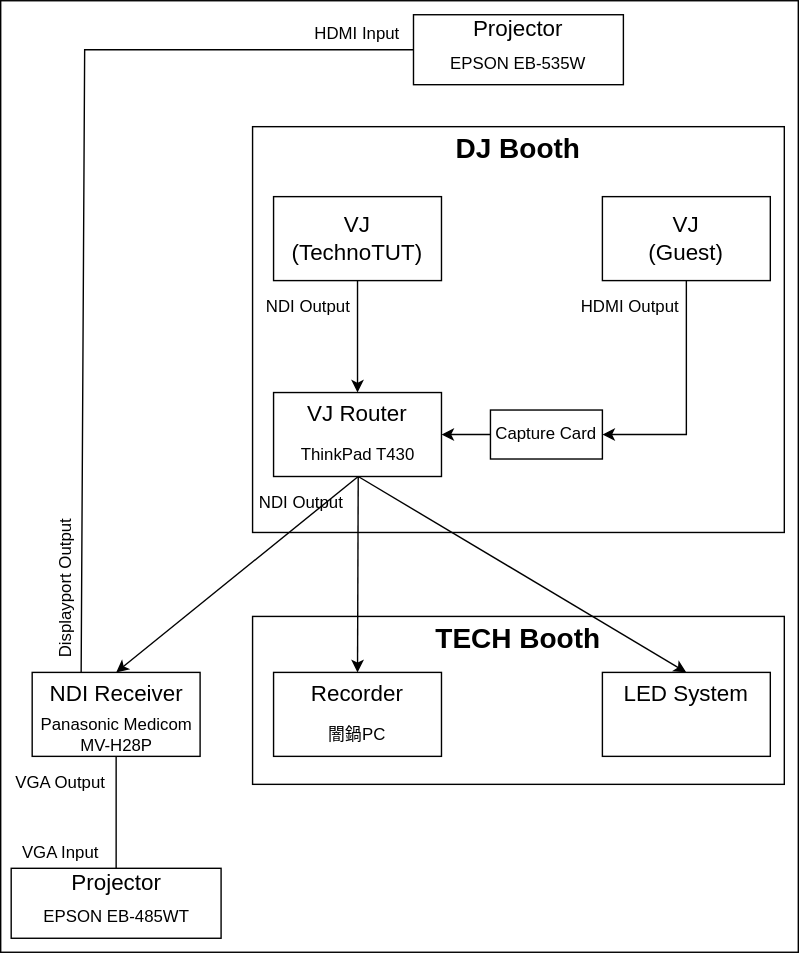
Above: network/service/vj.drawio.svg in TechnoTUT/Infrastructure (draw.io), before the change. Source tidied: cells renumbered, new cells last; positions are measured from the earlier drawing's top-left corner, leaving out a move shared by most shapes.
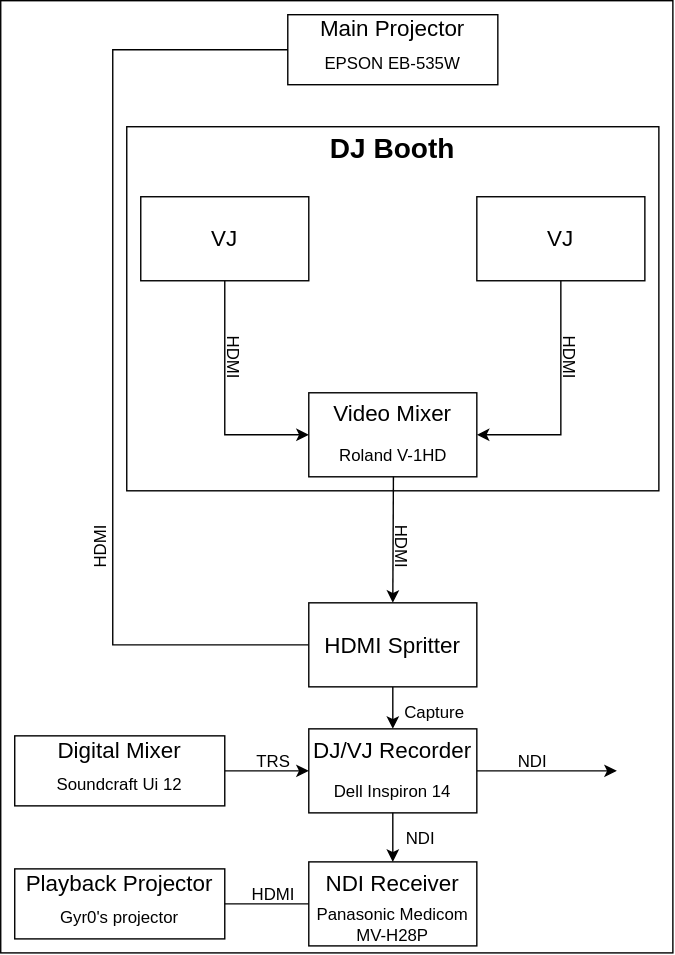
Above is the later version.

The edit, as a diff of the source:
```diff
@@ -3,18 +3,15 @@
     <mxCell id="0" />
     <mxCell id="1" parent="0" />
     <mxCell id="2" style="rounded=0;whiteSpace=wrap;html=1;" parent="1" vertex="1">
-      <mxGeometry x="20" width="570" height="680" as="geometry" />
+      <mxGeometry x="110" width="480" height="680" as="geometry" />
     </mxCell>
-    <mxCell id="3" style="rounded=0;whiteSpace=wrap;html=1;fontSize=20;" parent="1" vertex="1">
-      <mxGeometry x="200" y="440" width="380" height="120" as="geometry" />
-    </mxCell>
     <mxCell id="4" style="rounded=0;whiteSpace=wrap;html=1;fontSize=20;" parent="1" vertex="1">
-      <mxGeometry x="200" y="90" width="380" height="290" as="geometry" />
+      <mxGeometry x="200" y="90" width="380" height="260" as="geometry" />
     </mxCell>
     <mxCell id="5" value="DJ Booth" style="text;html=1;strokeColor=none;fillColor=none;align=center;verticalAlign=middle;whiteSpace=wrap;rounded=0;fontSize=20;fontStyle=1;" parent="1" vertex="1">
       <mxGeometry x="325" y="90" width="130" height="30" as="geometry" />
     </mxCell>
-    <mxCell id="6" style="edgeStyle=none;html=1;exitX=0.5;exitY=1;exitDx=0;exitDy=0;entryX=1;entryY=0.5;entryDx=0;entryDy=0;fontSize=20;rounded=0;" parent="1" edge="1" source="7" target="41">
+    <mxCell id="6" style="edgeStyle=none;html=1;exitX=0.5;exitY=1;exitDx=0;exitDy=0;entryX=1;entryY=0.5;entryDx=0;entryDy=0;fontSize=20;rounded=0;" parent="1" edge="1" source="7" target="43">
       <mxGeometry relative="1" as="geometry">
         <Array as="points">
           <mxPoint x="510" y="310" />
@@ -24,123 +21,141 @@
     <mxCell id="7" style="rounded=0;whiteSpace=wrap;html=1;fontSize=20;" parent="1" vertex="1">
       <mxGeometry x="450" y="140" width="120" height="60" as="geometry" />
     </mxCell>
-    <mxCell id="8" style="edgeStyle=none;html=1;exitX=0.5;exitY=1;exitDx=0;exitDy=0;entryX=0.5;entryY=0;entryDx=0;entryDy=0;fontSize=20;" parent="1" edge="1" source="9" target="43">
-      <mxGeometry relative="1" as="geometry" />
+    <mxCell id="8" style="edgeStyle=none;html=1;exitX=0.5;exitY=1;exitDx=0;exitDy=0;entryX=0;entryY=0.5;entryDx=0;entryDy=0;fontSize=20;rounded=0;" parent="1" edge="1" source="9" target="43">
+      <mxGeometry relative="1" as="geometry">
+        <Array as="points">
+          <mxPoint x="270" y="310" />
+        </Array>
+      </mxGeometry>
     </mxCell>
     <mxCell id="9" style="rounded=0;whiteSpace=wrap;html=1;fontSize=20;" parent="1" vertex="1">
-      <mxGeometry x="215" y="140" width="120" height="60" as="geometry" />
+      <mxGeometry x="210" y="140" width="120" height="60" as="geometry" />
     </mxCell>
-    <mxCell id="10" value="VJ&lt;br style=&quot;font-size: 16px;&quot;&gt;(TechnoTUT)" style="text;html=1;strokeColor=none;fillColor=none;align=center;verticalAlign=middle;whiteSpace=wrap;rounded=0;fontSize=16;" parent="1" vertex="1">
-      <mxGeometry x="245" y="155" width="60" height="30" as="geometry" />
+    <mxCell id="10" value="VJ" style="text;html=1;strokeColor=none;fillColor=none;align=center;verticalAlign=middle;whiteSpace=wrap;rounded=0;fontSize=16;" parent="1" vertex="1">
+      <mxGeometry x="240" y="155" width="60" height="30" as="geometry" />
     </mxCell>
-    <mxCell id="11" value="VJ (Guest)" style="text;html=1;strokeColor=none;fillColor=none;align=center;verticalAlign=middle;whiteSpace=wrap;rounded=0;fontSize=16;" parent="1" vertex="1">
+    <mxCell id="11" value="VJ" style="text;html=1;strokeColor=none;fillColor=none;align=center;verticalAlign=middle;whiteSpace=wrap;rounded=0;fontSize=16;" parent="1" vertex="1">
       <mxGeometry x="480" y="155" width="60" height="30" as="geometry" />
     </mxCell>
-    <mxCell id="12" value="&lt;font style=&quot;font-size: 12px;&quot;&gt;NDI Output&lt;/font&gt;" style="text;html=1;strokeColor=none;fillColor=none;align=center;verticalAlign=middle;whiteSpace=wrap;rounded=0;fontSize=20;" parent="1" vertex="1">
-      <mxGeometry x="205" y="200" width="70" height="30" as="geometry" />
-    </mxCell>
-    <mxCell id="13" value="&lt;font style=&quot;font-size: 12px;&quot;&gt;HDMI Output&lt;/font&gt;" style="text;html=1;strokeColor=none;fillColor=none;align=center;verticalAlign=middle;whiteSpace=wrap;rounded=0;fontSize=20;" parent="1" vertex="1">
-      <mxGeometry x="430" y="200" width="80" height="30" as="geometry" />
-    </mxCell>
-    <mxCell id="14" style="edgeStyle=none;html=1;exitX=0.5;exitY=1;exitDx=0;exitDy=0;entryX=0.5;entryY=0;entryDx=0;entryDy=0;fontSize=12;" parent="1" edge="1" source="44" target="19">
-      <mxGeometry relative="1" as="geometry" />
-    </mxCell>
-    <mxCell id="15" style="edgeStyle=none;html=1;exitX=0.5;exitY=1;exitDx=0;exitDy=0;entryX=0.5;entryY=0;entryDx=0;entryDy=0;fontSize=12;" parent="1" edge="1" source="44" target="20">
-      <mxGeometry relative="1" as="geometry" />
-    </mxCell>
-    <mxCell id="16" style="edgeStyle=none;html=1;exitX=0.5;exitY=1;exitDx=0;exitDy=0;entryX=0.5;entryY=0;entryDx=0;entryDy=0;fontSize=12;" parent="1" edge="1" source="44" target="22">
-      <mxGeometry relative="1" as="geometry" />
-    </mxCell>
     <mxCell id="17" style="rounded=0;whiteSpace=wrap;html=1;fontSize=20;" parent="1" vertex="1">
-      <mxGeometry x="42.5" y="480" width="120" height="60" as="geometry" />
+      <mxGeometry x="330" y="615" width="120" height="60" as="geometry" />
     </mxCell>
     <mxCell id="18" value="&lt;span class=&quot;notion-enable-hover&quot; style=&quot;&quot;&gt;Panasonic Medicom MV-H28P&lt;/span&gt;" style="text;html=1;strokeColor=none;fillColor=none;align=center;verticalAlign=middle;whiteSpace=wrap;rounded=0;fontSize=12;fontStyle=0;" parent="1" vertex="1">
-      <mxGeometry x="42.5" y="510" width="120" height="30" as="geometry" />
+      <mxGeometry x="330" y="645" width="120" height="30" as="geometry" />
     </mxCell>
     <mxCell id="19" value="NDI Receiver" style="text;html=1;strokeColor=none;fillColor=none;align=center;verticalAlign=middle;whiteSpace=wrap;rounded=0;fontSize=16;" parent="1" vertex="1">
-      <mxGeometry x="52.5" y="480" width="100" height="30" as="geometry" />
+      <mxGeometry x="340" y="615" width="100" height="30" as="geometry" />
     </mxCell>
-    <mxCell id="20" style="rounded=0;whiteSpace=wrap;html=1;fontSize=12;" parent="1" vertex="1">
-      <mxGeometry x="215" y="480" width="120" height="60" as="geometry" />
-    </mxCell>
-    <mxCell id="21" value="&lt;font style=&quot;font-size: 12px;&quot;&gt;NDI Output&lt;/font&gt;" style="text;html=1;strokeColor=none;fillColor=none;align=center;verticalAlign=middle;whiteSpace=wrap;rounded=0;fontSize=20;" parent="1" vertex="1">
-      <mxGeometry x="200" y="340" width="70" height="30" as="geometry" />
+    <mxCell id="21" value="&lt;span style=&quot;font-size: 12px;&quot;&gt;HDMI&lt;/span&gt;" style="text;html=1;strokeColor=none;fillColor=none;align=center;verticalAlign=middle;whiteSpace=wrap;rounded=0;fontSize=20;rotation=90;" parent="1" vertex="1">
+      <mxGeometry x="360" y="375" width="80" height="30" as="geometry" />
     </mxCell>
-    <mxCell id="22" style="rounded=0;whiteSpace=wrap;html=1;fontSize=12;" parent="1" vertex="1">
-      <mxGeometry x="450" y="480" width="120" height="60" as="geometry" />
-    </mxCell>
-    <mxCell id="23" value="LED System" style="text;html=1;strokeColor=none;fillColor=none;align=center;verticalAlign=middle;whiteSpace=wrap;rounded=0;fontSize=16;" parent="22" vertex="1">
-      <mxGeometry width="120" height="30" as="geometry" />
-    </mxCell>
-    <mxCell id="24" value="Recorder" style="text;html=1;strokeColor=none;fillColor=none;align=center;verticalAlign=middle;whiteSpace=wrap;rounded=0;fontSize=16;" parent="1" vertex="1">
-      <mxGeometry x="215" y="480" width="120" height="30" as="geometry" />
-    </mxCell>
-    <mxCell id="25" value="&lt;span&gt;闇鍋PC&lt;/span&gt;" style="text;html=1;strokeColor=none;fillColor=none;align=center;verticalAlign=middle;whiteSpace=wrap;rounded=0;fontSize=12;fontStyle=0;" parent="1" vertex="1">
-      <mxGeometry x="215" y="510" width="120" height="30" as="geometry" />
-    </mxCell>
-    <mxCell id="26" value="TECH Booth" style="text;html=1;strokeColor=none;fillColor=none;align=center;verticalAlign=middle;whiteSpace=wrap;rounded=0;fontSize=20;fontStyle=1;" parent="1" vertex="1">
-      <mxGeometry x="325" y="440" width="130" height="30" as="geometry" />
-    </mxCell>
     <mxCell id="27" style="rounded=0;whiteSpace=wrap;html=1;fontSize=20;" parent="1" vertex="1">
       <mxGeometry x="315" y="10" width="150" height="50" as="geometry" />
     </mxCell>
     <mxCell id="28" value="EPSON EB-535W" style="text;html=1;strokeColor=none;fillColor=none;align=center;verticalAlign=middle;whiteSpace=wrap;rounded=0;fontSize=12;" parent="1" vertex="1">
       <mxGeometry x="325" y="30" width="130" height="30" as="geometry" />
     </mxCell>
-    <mxCell id="29" value="Projector" style="text;html=1;strokeColor=none;fillColor=none;align=center;verticalAlign=middle;whiteSpace=wrap;rounded=0;fontSize=16;" parent="1" vertex="1">
-      <mxGeometry x="340" y="10" width="100" height="20" as="geometry" />
+    <mxCell id="29" value="Main Projector" style="text;html=1;strokeColor=none;fillColor=none;align=center;verticalAlign=middle;whiteSpace=wrap;rounded=0;fontSize=16;" parent="1" vertex="1">
+      <mxGeometry x="320" y="10" width="140" height="20" as="geometry" />
     </mxCell>
-    <mxCell id="30" style="endArrow=none;html=1;entryX=0;entryY=0.5;entryDx=0;entryDy=0;exitX=0.25;exitY=0;exitDx=0;exitDy=0;rounded=0;" parent="1" edge="1" source="19" target="27">
+    <mxCell id="30" style="endArrow=none;html=1;entryX=0;entryY=0.5;entryDx=0;entryDy=0;exitX=0;exitY=0.5;exitDx=0;exitDy=0;rounded=0;" parent="1" edge="1" source="47" target="27">
       <mxGeometry relative="1" as="geometry">
         <Array as="points">
-          <mxPoint x="80" y="35" />
+          <mxPoint x="190" y="460" />
+          <mxPoint x="190" y="35" />
         </Array>
       </mxGeometry>
     </mxCell>
-    <mxCell id="31" value="&lt;span style=&quot;font-size: 12px;&quot;&gt;HDMI Input&lt;/span&gt;" style="text;html=1;strokeColor=none;fillColor=none;align=center;verticalAlign=middle;whiteSpace=wrap;rounded=0;fontSize=20;" parent="1" vertex="1">
-      <mxGeometry x="240" y="5" width="70" height="30" as="geometry" />
-    </mxCell>
-    <mxCell id="32" value="&lt;span style=&quot;font-size: 12px;&quot;&gt;Displayport Output&lt;/span&gt;" style="text;html=1;strokeColor=none;fillColor=none;align=center;verticalAlign=middle;whiteSpace=wrap;rounded=0;fontSize=20;rotation=-90;" parent="1" vertex="1">
-      <mxGeometry y="410" width="125" height="20" as="geometry" />
+    <mxCell id="32" value="&lt;span style=&quot;font-size: 12px;&quot;&gt;HDMI&lt;/span&gt;" style="text;html=1;strokeColor=none;fillColor=none;align=center;verticalAlign=middle;whiteSpace=wrap;rounded=0;fontSize=20;rotation=-90;" parent="1" vertex="1">
+      <mxGeometry x="115" y="380" width="125" height="20" as="geometry" />
     </mxCell>
     <mxCell id="33" style="rounded=0;whiteSpace=wrap;html=1;fontSize=20;" parent="1" vertex="1">
-      <mxGeometry x="27.5" y="620" width="150" height="50" as="geometry" />
+      <mxGeometry x="120" y="620" width="150" height="50" as="geometry" />
     </mxCell>
-    <mxCell id="34" value="EPSON EB-485WT" style="text;html=1;strokeColor=none;fillColor=none;align=center;verticalAlign=middle;whiteSpace=wrap;rounded=0;fontSize=12;" parent="1" vertex="1">
-      <mxGeometry x="37.5" y="640" width="130" height="30" as="geometry" />
+    <mxCell id="34" value="Gyr0's projector" style="text;html=1;strokeColor=none;fillColor=none;align=center;verticalAlign=middle;whiteSpace=wrap;rounded=0;fontSize=12;" parent="1" vertex="1">
+      <mxGeometry x="130" y="640" width="130" height="30" as="geometry" />
     </mxCell>
-    <mxCell id="35" value="Projector" style="text;html=1;strokeColor=none;fillColor=none;align=center;verticalAlign=middle;whiteSpace=wrap;rounded=0;fontSize=16;" parent="1" vertex="1">
-      <mxGeometry x="52.5" y="620" width="100" height="20" as="geometry" />
+    <mxCell id="35" value="Playback Projector" style="text;html=1;strokeColor=none;fillColor=none;align=center;verticalAlign=middle;whiteSpace=wrap;rounded=0;fontSize=16;" parent="1" vertex="1">
+      <mxGeometry x="120" y="620" width="150" height="20" as="geometry" />
     </mxCell>
-    <mxCell id="36" style="endArrow=none;html=1;entryX=0.5;entryY=1;entryDx=0;entryDy=0;rounded=0;exitX=0.5;exitY=0;exitDx=0;exitDy=0;" parent="1" edge="1" source="35" target="18">
+    <mxCell id="36" style="endArrow=none;html=1;entryX=0;entryY=0;entryDx=0;entryDy=0;rounded=0;exitX=1;exitY=0.5;exitDx=0;exitDy=0;" parent="1" edge="1" source="33" target="18">
       <mxGeometry relative="1" as="geometry" />
     </mxCell>
-    <mxCell id="37" value="&lt;span style=&quot;font-size: 12px;&quot;&gt;VGA Input&lt;/span&gt;" style="text;html=1;strokeColor=none;fillColor=none;align=center;verticalAlign=middle;whiteSpace=wrap;rounded=0;fontSize=20;" parent="1" vertex="1">
-      <mxGeometry x="27.5" y="590" width="70" height="30" as="geometry" />
-    </mxCell>
-    <mxCell id="38" value="&lt;span style=&quot;font-size: 12px;&quot;&gt;VGA Output&lt;/span&gt;" style="text;html=1;strokeColor=none;fillColor=none;align=center;verticalAlign=middle;whiteSpace=wrap;rounded=0;fontSize=20;" parent="1" vertex="1">
-      <mxGeometry x="27.5" y="540" width="70" height="30" as="geometry" />
+    <mxCell id="38" value="&lt;span style=&quot;font-size: 12px;&quot;&gt;HDMI&lt;/span&gt;" style="text;html=1;strokeColor=none;fillColor=none;align=center;verticalAlign=middle;whiteSpace=wrap;rounded=0;fontSize=20;" parent="1" vertex="1">
+      <mxGeometry x="270" y="620" width="70" height="30" as="geometry" />
     </mxCell>
-    <mxCell id="39" style="rounded=0;whiteSpace=wrap;html=1;fontSize=20;" parent="1" vertex="1">
-      <mxGeometry x="370" y="292.5" width="80" height="35" as="geometry" />
-    </mxCell>
-    <mxCell id="40" style="edgeStyle=none;rounded=0;html=1;exitX=0;exitY=0.5;exitDx=0;exitDy=0;entryX=1;entryY=0.5;entryDx=0;entryDy=0;" parent="1" edge="1" source="41" target="43">
-      <mxGeometry relative="1" as="geometry" />
-    </mxCell>
-    <mxCell id="41" value="Capture Card" style="text;html=1;strokeColor=none;fillColor=none;align=center;verticalAlign=middle;whiteSpace=wrap;rounded=0;fontSize=12;" parent="1" vertex="1">
-      <mxGeometry x="370" y="295" width="80" height="30" as="geometry" />
-    </mxCell>
     <mxCell id="42" style="group;" parent="1" vertex="1">
-      <mxGeometry x="215" y="280" width="120" height="60" as="geometry" />
+      <mxGeometry x="330" y="280" width="120" height="60" as="geometry" />
     </mxCell>
     <mxCell id="43" style="rounded=0;whiteSpace=wrap;html=1;fontSize=20;" parent="42" vertex="1">
       <mxGeometry width="120" height="60" as="geometry" />
     </mxCell>
-    <mxCell id="44" value="ThinkPad T430" style="text;html=1;strokeColor=none;fillColor=none;align=center;verticalAlign=middle;whiteSpace=wrap;rounded=0;fontSize=12;" parent="42" vertex="1">
+    <mxCell id="44" value="Roland V-1HD" style="text;html=1;strokeColor=none;fillColor=none;align=center;verticalAlign=middle;whiteSpace=wrap;rounded=0;fontSize=12;" parent="42" vertex="1">
       <mxGeometry x="18" y="30" width="85" height="30" as="geometry" />
     </mxCell>
-    <mxCell id="45" value="VJ Router" style="text;html=1;strokeColor=none;fillColor=none;align=center;verticalAlign=middle;whiteSpace=wrap;rounded=0;fontSize=16;" parent="42" vertex="1">
+    <mxCell id="45" value="Video Mixer" style="text;html=1;strokeColor=none;fillColor=none;align=center;verticalAlign=middle;whiteSpace=wrap;rounded=0;fontSize=16;" parent="42" vertex="1">
       <mxGeometry x="10" width="100" height="30" as="geometry" />
     </mxCell>
+    <mxCell id="46" style="edgeStyle=none;rounded=0;html=1;exitX=0.5;exitY=1;exitDx=0;exitDy=0;" parent="1" edge="1" source="47" target="56">
+      <mxGeometry relative="1" as="geometry" />
+    </mxCell>
+    <mxCell id="47" style="rounded=0;whiteSpace=wrap;html=1;fontSize=20;" parent="1" vertex="1">
+      <mxGeometry x="330" y="430" width="120" height="60" as="geometry" />
+    </mxCell>
+    <mxCell id="48" value="HDMI Spritter" style="text;html=1;strokeColor=none;fillColor=none;align=center;verticalAlign=middle;whiteSpace=wrap;rounded=0;fontSize=16;" parent="1" vertex="1">
+      <mxGeometry x="340" y="445" width="100" height="30" as="geometry" />
+    </mxCell>
+    <mxCell id="49" style="edgeStyle=none;rounded=0;html=1;" parent="1" edge="1" source="44">
+      <mxGeometry relative="1" as="geometry">
+        <mxPoint x="390" y="430" as="targetPoint" />
+      </mxGeometry>
+    </mxCell>
+    <mxCell id="50" value="&lt;span style=&quot;font-size: 12px;&quot;&gt;HDMI&lt;/span&gt;" style="text;html=1;strokeColor=none;fillColor=none;align=center;verticalAlign=middle;whiteSpace=wrap;rounded=0;fontSize=20;rotation=90;" parent="1" vertex="1">
+      <mxGeometry x="480" y="240" width="80" height="30" as="geometry" />
+    </mxCell>
+    <mxCell id="51" value="&lt;span style=&quot;font-size: 12px;&quot;&gt;HDMI&lt;/span&gt;" style="text;html=1;strokeColor=none;fillColor=none;align=center;verticalAlign=middle;whiteSpace=wrap;rounded=0;fontSize=20;rotation=90;" parent="1" vertex="1">
+      <mxGeometry x="240" y="240" width="80" height="30" as="geometry" />
+    </mxCell>
+    <mxCell id="52" style="edgeStyle=none;rounded=0;html=1;" parent="1" edge="1" source="53">
+      <mxGeometry relative="1" as="geometry">
+        <mxPoint x="550" y="550" as="targetPoint" />
+      </mxGeometry>
+    </mxCell>
+    <mxCell id="53" style="rounded=0;whiteSpace=wrap;html=1;fontSize=20;" parent="1" vertex="1">
+      <mxGeometry x="330" y="520" width="120" height="60" as="geometry" />
+    </mxCell>
+    <mxCell id="54" style="edgeStyle=none;rounded=0;html=1;exitX=0.5;exitY=1;exitDx=0;exitDy=0;entryX=0.5;entryY=0;entryDx=0;entryDy=0;" parent="1" edge="1" source="55" target="19">
+      <mxGeometry relative="1" as="geometry" />
+    </mxCell>
+    <mxCell id="55" value="Dell Inspiron 14" style="text;html=1;strokeColor=none;fillColor=none;align=center;verticalAlign=middle;whiteSpace=wrap;rounded=0;fontSize=12;fontStyle=0;" parent="1" vertex="1">
+      <mxGeometry x="330" y="550" width="120" height="30" as="geometry" />
+    </mxCell>
+    <mxCell id="56" value="DJ/VJ Recorder" style="text;html=1;strokeColor=none;fillColor=none;align=center;verticalAlign=middle;whiteSpace=wrap;rounded=0;fontSize=16;" parent="1" vertex="1">
+      <mxGeometry x="330" y="520" width="120" height="30" as="geometry" />
+    </mxCell>
+    <mxCell id="57" value="&lt;span style=&quot;font-size: 12px;&quot;&gt;NDI&lt;/span&gt;" style="text;html=1;strokeColor=none;fillColor=none;align=center;verticalAlign=middle;whiteSpace=wrap;rounded=0;fontSize=20;rotation=0;" parent="1" vertex="1">
+      <mxGeometry x="370" y="580" width="80" height="30" as="geometry" />
+    </mxCell>
+    <mxCell id="58" value="&lt;span style=&quot;font-size: 12px;&quot;&gt;Capture&lt;/span&gt;" style="text;html=1;strokeColor=none;fillColor=none;align=center;verticalAlign=middle;whiteSpace=wrap;rounded=0;fontSize=20;rotation=0;" parent="1" vertex="1">
+      <mxGeometry x="380" y="490" width="80" height="30" as="geometry" />
+    </mxCell>
+    <mxCell id="59" style="edgeStyle=none;rounded=0;html=1;entryX=0;entryY=0.5;entryDx=0;entryDy=0;" parent="1" edge="1" source="60" target="53">
+      <mxGeometry relative="1" as="geometry" />
+    </mxCell>
+    <mxCell id="60" style="rounded=0;whiteSpace=wrap;html=1;fontSize=20;" parent="1" vertex="1">
+      <mxGeometry x="120" y="525" width="150" height="50" as="geometry" />
+    </mxCell>
+    <mxCell id="61" value="Soundcraft Ui 12" style="text;html=1;strokeColor=none;fillColor=none;align=center;verticalAlign=middle;whiteSpace=wrap;rounded=0;fontSize=12;" parent="1" vertex="1">
+      <mxGeometry x="130" y="545" width="130" height="30" as="geometry" />
+    </mxCell>
+    <mxCell id="62" value="Digital Mixer" style="text;html=1;strokeColor=none;fillColor=none;align=center;verticalAlign=middle;whiteSpace=wrap;rounded=0;fontSize=16;" parent="1" vertex="1">
+      <mxGeometry x="120" y="525" width="150" height="20" as="geometry" />
+    </mxCell>
+    <mxCell id="63" value="&lt;span style=&quot;font-size: 12px;&quot;&gt;TRS&lt;/span&gt;" style="text;html=1;strokeColor=none;fillColor=none;align=center;verticalAlign=middle;whiteSpace=wrap;rounded=0;fontSize=20;" parent="1" vertex="1">
+      <mxGeometry x="270" y="525" width="70" height="30" as="geometry" />
+    </mxCell>
+    <mxCell id="64" value="&lt;span style=&quot;font-size: 12px;&quot;&gt;NDI&lt;/span&gt;" style="text;html=1;strokeColor=none;fillColor=none;align=center;verticalAlign=middle;whiteSpace=wrap;rounded=0;fontSize=20;rotation=0;" parent="1" vertex="1">
+      <mxGeometry x="450" y="525" width="80" height="30" as="geometry" />
+    </mxCell>
   </root>
 </mxGraphModel>
```
